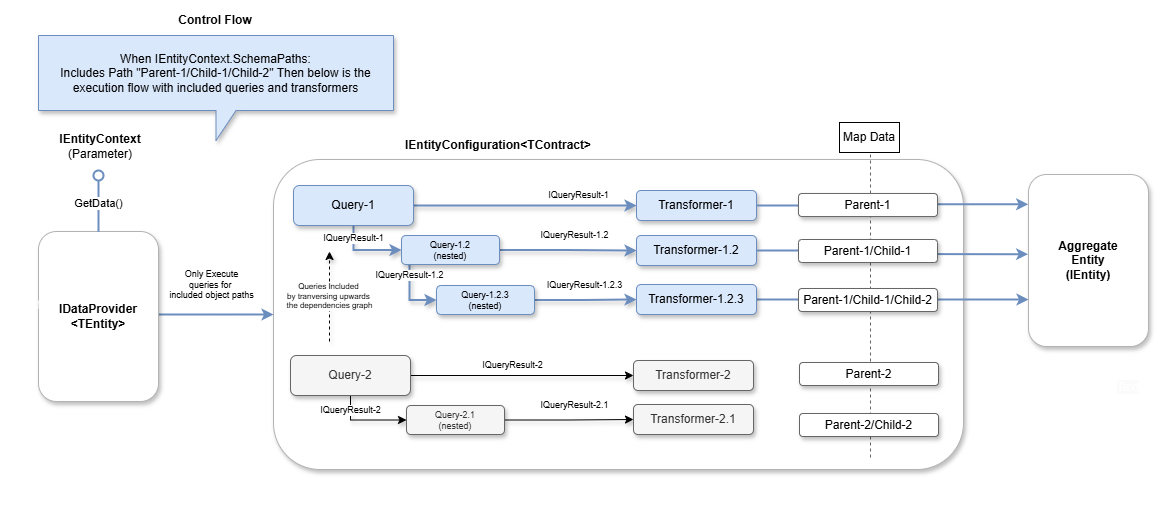
This is Images/Schemio-Control-Flow.png from CodeShayk/Schemio, a draw.io export, as it was before one commit. Source tidied: cells renumbered, new cells last; positions are measured from the earlier drawing's top-left corner, leaving out a move shared by most shapes. The source it was exported from:
```xml
<mxGraphModel>
  <root>
    <mxCell id="0" />
    <mxCell id="1" parent="0" />
    <mxCell id="2" style="rounded=1;whiteSpace=wrap;html=1;strokeColor=#B3B3B3;shadow=1;" parent="1" vertex="1">
      <mxGeometry x="273" y="159" width="690" height="310" as="geometry" />
    </mxCell>
    <mxCell id="3" value="IEntityConfiguration&amp;lt;TContract&amp;gt;" style="text;html=1;align=center;verticalAlign=middle;whiteSpace=wrap;rounded=0;fontStyle=1;" parent="1" vertex="1">
      <mxGeometry x="443" y="130" width="110" height="30" as="geometry" />
    </mxCell>
    <mxCell id="4" value="IQueryResult-1" style="edgeStyle=orthogonalEdgeStyle;rounded=0;jettySize=auto;html=1;fillColor=#dae8fc;strokeColor=#6c8ebf;strokeWidth=2;fontSize=9;shadow=1;" parent="1" edge="1" source="6" target="7">
      <mxGeometry x="0.48" y="10" relative="1" as="geometry" />
    </mxCell>
    <mxCell id="5" value="IQueryResult-1" style="edgeStyle=orthogonalEdgeStyle;rounded=0;jettySize=auto;html=1;entryX=0;entryY=0.5;entryDx=0;entryDy=0;fillColor=#dae8fc;strokeColor=#6c8ebf;strokeWidth=2;fontSize=9;shadow=1;" parent="1" edge="1" source="6" target="10">
      <mxGeometry x="-0.64" relative="1" as="geometry">
        <Array as="points">
          <mxPoint x="353" y="250" />
        </Array>
      </mxGeometry>
    </mxCell>
    <mxCell id="6" value="Query-1" style="rounded=1;whiteSpace=wrap;html=1;fillColor=#dae8fc;strokeColor=#6c8ebf;shadow=1;" parent="1" vertex="1">
      <mxGeometry x="293" y="185" width="120" height="40" as="geometry" />
    </mxCell>
    <mxCell id="7" value="Transformer-1" style="rounded=1;whiteSpace=wrap;html=1;fillColor=#dae8fc;strokeColor=#6c8ebf;shadow=1;" parent="1" vertex="1">
      <mxGeometry x="636" y="190" width="120" height="30" as="geometry" />
    </mxCell>
    <mxCell id="8" value="IQueryResult-1.2" style="edgeStyle=orthogonalEdgeStyle;rounded=0;jettySize=auto;html=1;fillColor=#dae8fc;strokeColor=#6c8ebf;strokeWidth=2;fontSize=9;shadow=1;" parent="1" edge="1" source="10" target="11">
      <mxGeometry x="0.1" y="15" relative="1" as="geometry" />
    </mxCell>
    <mxCell id="9" value="IQueryResult-1.2" style="edgeStyle=orthogonalEdgeStyle;rounded=0;jettySize=auto;html=1;entryX=0;entryY=0.5;entryDx=0;entryDy=0;exitX=0.069;exitY=0.943;exitDx=0;exitDy=0;exitPerimeter=0;fillColor=#dae8fc;strokeColor=#6c8ebf;strokeWidth=2;fontSize=9;shadow=1;" parent="1" edge="1" source="10" target="13">
      <mxGeometry x="-0.57" relative="1" as="geometry">
        <Array as="points">
          <mxPoint x="409" y="300" />
        </Array>
      </mxGeometry>
    </mxCell>
    <mxCell id="10" value="Query-1.2&lt;div style=&quot;font-size: 9px;&quot;&gt;&lt;font style=&quot;font-size: 9px;&quot;&gt;(nested)&lt;/font&gt;&lt;/div&gt;" style="rounded=1;whiteSpace=wrap;html=1;fillColor=#dae8fc;strokeColor=#6c8ebf;shadow=1;fontSize=9;" parent="1" vertex="1">
      <mxGeometry x="401" y="235" width="98" height="29" as="geometry" />
    </mxCell>
    <mxCell id="11" value="Transformer-1.2" style="rounded=1;whiteSpace=wrap;html=1;fillColor=#dae8fc;strokeColor=#6c8ebf;shadow=1;" parent="1" vertex="1">
      <mxGeometry x="636" y="235" width="120" height="30" as="geometry" />
    </mxCell>
    <mxCell id="12" value="IQueryResult-1.2.3" style="edgeStyle=orthogonalEdgeStyle;rounded=0;jettySize=auto;html=1;fillColor=#dae8fc;strokeColor=#6c8ebf;strokeWidth=2;fontSize=9;shadow=1;" parent="1" edge="1" source="13" target="15">
      <mxGeometry y="14" relative="1" as="geometry">
        <mxPoint x="-2" as="offset" />
      </mxGeometry>
    </mxCell>
    <mxCell id="13" value="Query-1.2.3&lt;div style=&quot;font-size: 9px;&quot;&gt;&lt;font style=&quot;font-size: 9px;&quot;&gt;(nested)&lt;/font&gt;&lt;/div&gt;" style="rounded=1;whiteSpace=wrap;html=1;fillColor=#dae8fc;strokeColor=#6c8ebf;shadow=1;fontSize=9;" parent="1" vertex="1">
      <mxGeometry x="436" y="285" width="98" height="29" as="geometry" />
    </mxCell>
    <mxCell id="14" style="edgeStyle=orthogonalEdgeStyle;rounded=0;orthogonalLoop=1;jettySize=auto;html=1;entryX=0;entryY=0.75;entryDx=0;entryDy=0;fillColor=#dae8fc;strokeColor=#6c8ebf;strokeWidth=2;" parent="1" edge="1">
      <mxGeometry relative="1" as="geometry">
        <mxPoint x="768" y="299" as="sourcePoint" />
        <mxPoint x="1028" y="299" as="targetPoint" />
        <Array as="points">
          <mxPoint x="725" y="299" />
          <mxPoint x="725" y="299" />
        </Array>
      </mxGeometry>
    </mxCell>
    <mxCell id="15" value="Transformer-1.2.3" style="rounded=1;whiteSpace=wrap;html=1;fillColor=#dae8fc;strokeColor=#6c8ebf;shadow=1;" parent="1" vertex="1">
      <mxGeometry x="636" y="284" width="120" height="30" as="geometry" />
    </mxCell>
    <mxCell id="16" value="Aggregate&lt;div&gt;Entity&lt;/div&gt;&lt;div&gt;(IEntity)&lt;/div&gt;" style="rounded=1;whiteSpace=wrap;html=1;strokeColor=#B3B3B3;shadow=1;fontStyle=1;" parent="1" vertex="1">
      <mxGeometry x="1028" y="174" width="120" height="172" as="geometry" />
    </mxCell>
    <mxCell id="17" style="edgeStyle=orthogonalEdgeStyle;rounded=0;jettySize=auto;html=1;entryX=-0.003;entryY=0.173;entryDx=0;entryDy=0;entryPerimeter=0;fillColor=#dae8fc;strokeColor=#6c8ebf;strokeWidth=2;" parent="1" edge="1" source="7" target="16">
      <mxGeometry relative="1" as="geometry" />
    </mxCell>
    <mxCell id="18" style="edgeStyle=orthogonalEdgeStyle;rounded=0;jettySize=auto;html=1;entryX=-0.003;entryY=0.463;entryDx=0;entryDy=0;entryPerimeter=0;fillColor=#dae8fc;strokeColor=#6c8ebf;strokeWidth=2;" parent="1" edge="1" source="11" target="16">
      <mxGeometry relative="1" as="geometry" />
    </mxCell>
    <mxCell id="19" style="endArrow=none;dashed=1;html=1;rounded=0;strokeColor=#666666;" parent="1" edge="1">
      <mxGeometry relative="1" as="geometry">
        <mxPoint x="870" y="457" as="sourcePoint" />
        <mxPoint x="870" y="153" as="targetPoint" />
      </mxGeometry>
    </mxCell>
    <mxCell id="20" value="Map Data" style="text;html=1;align=center;verticalAlign=middle;whiteSpace=wrap;rounded=0;strokeColor=default;" parent="1" vertex="1">
      <mxGeometry x="839" y="122" width="60" height="30" as="geometry" />
    </mxCell>
    <mxCell id="21" value="&lt;div style=&quot;font-size: 9px;&quot;&gt;&lt;br style=&quot;font-size: 9px;&quot;&gt;&lt;/div&gt;Only Execute&lt;div style=&quot;font-size: 9px;&quot;&gt;queries for&amp;nbsp;&lt;div style=&quot;font-size: 9px;&quot;&gt;included object paths&lt;/div&gt;&lt;/div&gt;" style="edgeStyle=orthogonalEdgeStyle;rounded=0;jettySize=auto;html=1;entryX=0;entryY=0.5;entryDx=0;entryDy=0;fillColor=#dae8fc;strokeColor=#6c8ebf;strokeWidth=2;fontSize=9;" parent="1" edge="1" source="22" target="2">
      <mxGeometry x="-0.08" y="35" relative="1" as="geometry">
        <Array as="points">
          <mxPoint x="153" y="315" />
          <mxPoint x="153" y="315" />
        </Array>
      </mxGeometry>
    </mxCell>
    <mxCell id="22" value="IDataProvider&lt;div&gt;&amp;lt;TEntity&amp;gt;&lt;/div&gt;" style="rounded=1;whiteSpace=wrap;html=1;strokeColor=#B3B3B3;shadow=1;fontStyle=1;" parent="1" vertex="1">
      <mxGeometry x="38" y="231" width="120" height="170" as="geometry" />
    </mxCell>
    <mxCell id="23" value="Queries Included&amp;nbsp;&lt;div style=&quot;font-size: 8px;&quot;&gt;by tranversing upwards&amp;nbsp;&lt;/div&gt;&lt;div style=&quot;font-size: 8px;&quot;&gt;the dependencies graph&lt;/div&gt;" style="endArrow=classic;html=1;rounded=0;fontSize=8;dashed=1;shadow=1;" parent="1" edge="1">
      <mxGeometry relative="1" as="geometry">
        <mxPoint x="329" y="341" as="sourcePoint" />
        <mxPoint x="329" y="251" as="targetPoint" />
      </mxGeometry>
    </mxCell>
    <mxCell id="24" value="IQueryResult-2" style="edgeStyle=orthogonalEdgeStyle;rounded=0;jettySize=auto;html=1;fontSize=9;shadow=1;" parent="1" edge="1" source="26" target="27">
      <mxGeometry x="-0.08" y="10" relative="1" as="geometry" />
    </mxCell>
    <mxCell id="25" value="IQueryResult-2" style="edgeStyle=orthogonalEdgeStyle;rounded=0;jettySize=auto;html=1;entryX=0;entryY=0.5;entryDx=0;entryDy=0;fontSize=9;shadow=1;" parent="1" edge="1" source="26" target="29">
      <mxGeometry x="-0.64" relative="1" as="geometry">
        <Array as="points">
          <mxPoint x="350" y="420" />
        </Array>
      </mxGeometry>
    </mxCell>
    <mxCell id="26" value="Query-2" style="rounded=1;whiteSpace=wrap;html=1;fillColor=#f5f5f5;fontColor=#333333;strokeColor=#666666;shadow=1;" parent="1" vertex="1">
      <mxGeometry x="290" y="355" width="120" height="40" as="geometry" />
    </mxCell>
    <mxCell id="27" value="Transformer-2" style="rounded=1;whiteSpace=wrap;html=1;fillColor=#f5f5f5;fontColor=#333333;strokeColor=#666666;shadow=1;" parent="1" vertex="1">
      <mxGeometry x="633" y="360" width="120" height="30" as="geometry" />
    </mxCell>
    <mxCell id="28" value="IQueryResult-2.1" style="edgeStyle=orthogonalEdgeStyle;rounded=0;jettySize=auto;html=1;fontSize=9;shadow=1;" parent="1" edge="1" source="29" target="30">
      <mxGeometry x="0.09" y="14" relative="1" as="geometry" />
    </mxCell>
    <mxCell id="29" value="Query-2.1&lt;div style=&quot;font-size: 9px;&quot;&gt;&lt;font style=&quot;font-size: 9px;&quot;&gt;(nested)&lt;/font&gt;&lt;/div&gt;" style="rounded=1;whiteSpace=wrap;html=1;fillColor=#f5f5f5;fontColor=#333333;strokeColor=#666666;shadow=1;fontSize=9;" parent="1" vertex="1">
      <mxGeometry x="406" y="405" width="98" height="29" as="geometry" />
    </mxCell>
    <mxCell id="30" value="Transformer-2.1" style="rounded=1;whiteSpace=wrap;html=1;fillColor=#f5f5f5;fontColor=#333333;strokeColor=#666666;shadow=1;" parent="1" vertex="1">
      <mxGeometry x="633" y="404" width="120" height="30" as="geometry" />
    </mxCell>
    <mxCell id="31" value="GetData()" style="rounded=0;jettySize=auto;html=1;endArrow=oval;endFill=0;sketch=0;sourcePerimeterSpacing=0;targetPerimeterSpacing=0;endSize=10;exitX=0.5;exitY=0;exitDx=0;exitDy=0;fillColor=#dae8fc;strokeColor=#6c8ebf;strokeWidth=2;" parent="1" edge="1" source="22">
      <mxGeometry relative="1" as="geometry">
        <mxPoint x="98" y="175" as="targetPoint" />
      </mxGeometry>
    </mxCell>
    <mxCell id="32" style="ellipse;whiteSpace=wrap;html=1;align=center;fillColor=none;strokeColor=none;perimeter=centerPerimeter;" parent="1" vertex="1">
      <mxGeometry x="505" y="508" width="10" height="10" as="geometry" />
    </mxCell>
    <mxCell id="33" value="&lt;b&gt;IEntityContext&lt;/b&gt;&lt;div&gt;(Parameter)&lt;/div&gt;" style="text;html=1;align=center;verticalAlign=middle;whiteSpace=wrap;rounded=0;" parent="1" vertex="1">
      <mxGeometry x="40" y="131" width="120" height="30" as="geometry" />
    </mxCell>
    <mxCell id="34" value="When IEntityContext.SchemaPaths:&lt;div&gt;Includes Path &quot;&lt;span style=&quot;background-color: initial;&quot;&gt;Parent-1/Child-1/Child-2&lt;/span&gt;&lt;span style=&quot;background-color: initial;&quot;&gt;&quot; Then below is the execution flow with included queries and transformers&lt;/span&gt;&lt;/div&gt;" style="shape=callout;whiteSpace=wrap;html=1;perimeter=calloutPerimeter;fillColor=#dae8fc;strokeColor=#6c8ebf;shadow=1;" parent="1" vertex="1">
      <mxGeometry x="38" y="35" width="355" height="105" as="geometry" />
    </mxCell>
    <mxCell id="35" value="Control Flow" style="text;html=1;align=center;verticalAlign=middle;whiteSpace=wrap;rounded=0;fontStyle=1;" parent="1" vertex="1">
      <mxGeometry x="140" y="5" width="150" height="30" as="geometry" />
    </mxCell>
    <mxCell id="36" value="Text" style="text;html=1;align=center;verticalAlign=middle;whiteSpace=wrap;rounded=0;fontColor=#FFFFFF;" parent="1" vertex="1">
      <mxGeometry y="290" width="60" height="30" as="geometry" />
    </mxCell>
    <mxCell id="37" value="Text" style="text;html=1;align=center;verticalAlign=middle;whiteSpace=wrap;rounded=0;fontColor=#FFFFFF;" parent="1" vertex="1">
      <mxGeometry x="96.5" width="60" height="30" as="geometry" />
    </mxCell>
    <mxCell id="38" value="Text" style="text;html=1;align=center;verticalAlign=middle;whiteSpace=wrap;rounded=0;fontColor=#FFFFFF;" parent="1" vertex="1">
      <mxGeometry x="483" y="488" width="60" height="30" as="geometry" />
    </mxCell>
    <mxCell id="39" value="Parent-1" style="rounded=1;whiteSpace=wrap;html=1;strokeColor=#666666;shadow=1;" parent="1" vertex="1">
      <mxGeometry x="798" y="193" width="139" height="23" as="geometry" />
    </mxCell>
    <mxCell id="40" value="Parent-1/Child-1" style="rounded=1;whiteSpace=wrap;html=1;strokeColor=#666666;shadow=1;" parent="1" vertex="1">
      <mxGeometry x="798" y="239" width="139" height="23" as="geometry" />
    </mxCell>
    <mxCell id="41" value="Parent-1/Child-1/Child-2" style="rounded=1;whiteSpace=wrap;html=1;strokeColor=#666666;shadow=1;" parent="1" vertex="1">
      <mxGeometry x="798" y="288" width="139" height="23" as="geometry" />
    </mxCell>
    <mxCell id="42" value="Parent-2" style="rounded=1;whiteSpace=wrap;html=1;strokeColor=#666666;shadow=1;" parent="1" vertex="1">
      <mxGeometry x="799" y="362" width="139" height="23" as="geometry" />
    </mxCell>
    <mxCell id="43" value="Parent-2/Child-2" style="rounded=1;whiteSpace=wrap;html=1;strokeColor=#666666;shadow=1;" parent="1" vertex="1">
      <mxGeometry x="799" y="413" width="139" height="23" as="geometry" />
    </mxCell>
    <mxCell id="44" value="&lt;span style=&quot;color: rgb(255, 255, 255); font-family: Helvetica; font-size: 12px; font-style: normal; font-variant-ligatures: normal; font-variant-caps: normal; font-weight: 400; letter-spacing: normal; orphans: 2; text-align: center; text-indent: 0px; text-transform: none; widows: 2; word-spacing: 0px; -webkit-text-stroke-width: 0px; white-space: normal; background-color: rgb(251, 251, 251); text-decoration-thickness: initial; text-decoration-style: initial; text-decoration-color: initial; display: inline !important; float: none;&quot;&gt;Text&lt;/span&gt;" style="text;whiteSpace=wrap;html=1;" parent="1" vertex="1">
      <mxGeometry x="1115" y="373" width="60" height="40" as="geometry" />
    </mxCell>
  </root>
</mxGraphModel>
```
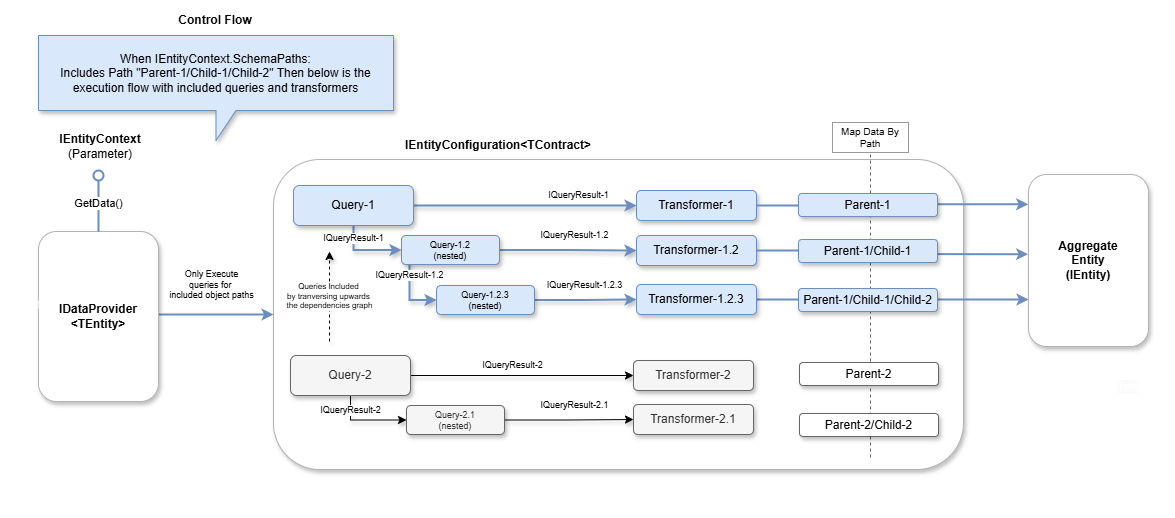
After the commit.

Commit message:
- Update Developer Guide

What changed in the source:
```diff
@@ -76,8 +76,8 @@
         <mxPoint x="870" y="153" as="targetPoint" />
       </mxGeometry>
     </mxCell>
-    <mxCell id="20" value="Map Data" style="text;html=1;align=center;verticalAlign=middle;whiteSpace=wrap;rounded=0;strokeColor=default;" parent="1" vertex="1">
-      <mxGeometry x="839" y="122" width="60" height="30" as="geometry" />
+    <mxCell id="20" value="Map Data By Path" style="text;html=1;align=center;verticalAlign=middle;whiteSpace=wrap;rounded=0;strokeColor=#999999;fontSize=10;" parent="1" vertex="1">
+      <mxGeometry x="832" y="122" width="76" height="30" as="geometry" />
     </mxCell>
     <mxCell id="21" value="&lt;div style=&quot;font-size: 9px;&quot;&gt;&lt;br style=&quot;font-size: 9px;&quot;&gt;&lt;/div&gt;Only Execute&lt;div style=&quot;font-size: 9px;&quot;&gt;queries for&amp;nbsp;&lt;div style=&quot;font-size: 9px;&quot;&gt;included object paths&lt;/div&gt;&lt;/div&gt;" style="edgeStyle=orthogonalEdgeStyle;rounded=0;jettySize=auto;html=1;entryX=0;entryY=0.5;entryDx=0;entryDy=0;fillColor=#dae8fc;strokeColor=#6c8ebf;strokeWidth=2;fontSize=9;" parent="1" edge="1" source="22" target="2">
       <mxGeometry x="-0.08" y="35" relative="1" as="geometry">
@@ -147,13 +147,13 @@
     <mxCell id="38" value="Text" style="text;html=1;align=center;verticalAlign=middle;whiteSpace=wrap;rounded=0;fontColor=#FFFFFF;" parent="1" vertex="1">
       <mxGeometry x="483" y="488" width="60" height="30" as="geometry" />
     </mxCell>
-    <mxCell id="39" value="Parent-1" style="rounded=1;whiteSpace=wrap;html=1;strokeColor=#666666;shadow=1;" parent="1" vertex="1">
+    <mxCell id="39" value="Parent-1" style="rounded=1;whiteSpace=wrap;html=1;strokeColor=#6c8ebf;shadow=1;fillColor=#dae8fc;" parent="1" vertex="1">
       <mxGeometry x="798" y="193" width="139" height="23" as="geometry" />
     </mxCell>
-    <mxCell id="40" value="Parent-1/Child-1" style="rounded=1;whiteSpace=wrap;html=1;strokeColor=#666666;shadow=1;" parent="1" vertex="1">
+    <mxCell id="40" value="Parent-1/Child-1" style="rounded=1;whiteSpace=wrap;html=1;strokeColor=#6c8ebf;shadow=1;fillColor=#dae8fc;" parent="1" vertex="1">
       <mxGeometry x="798" y="239" width="139" height="23" as="geometry" />
     </mxCell>
-    <mxCell id="41" value="Parent-1/Child-1/Child-2" style="rounded=1;whiteSpace=wrap;html=1;strokeColor=#666666;shadow=1;" parent="1" vertex="1">
+    <mxCell id="41" value="Parent-1/Child-1/Child-2" style="rounded=1;whiteSpace=wrap;html=1;strokeColor=#6c8ebf;shadow=1;fillColor=#dae8fc;" parent="1" vertex="1">
       <mxGeometry x="798" y="288" width="139" height="23" as="geometry" />
     </mxCell>
     <mxCell id="42" value="Parent-2" style="rounded=1;whiteSpace=wrap;html=1;strokeColor=#666666;shadow=1;" parent="1" vertex="1">
```
